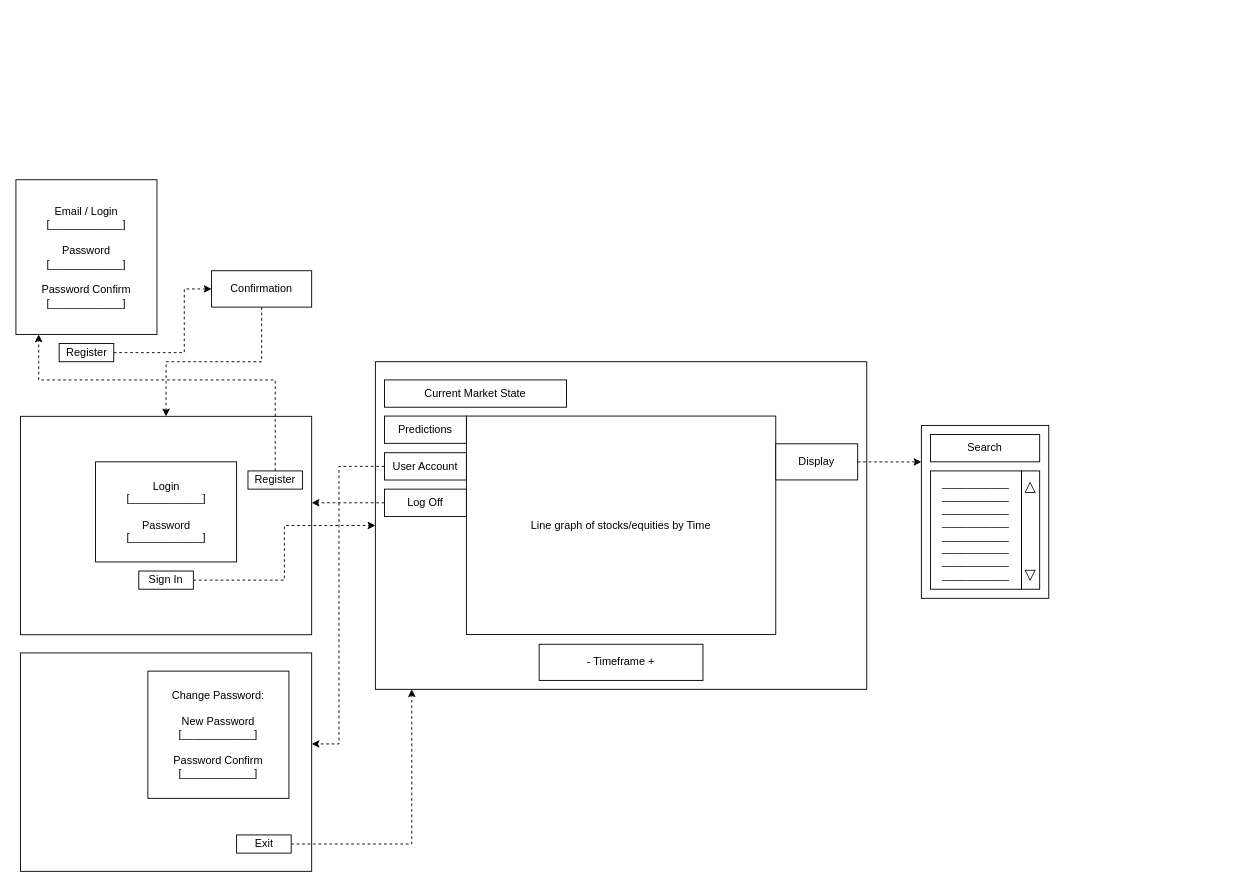
Above: docs/source/ui_wireframes.drawio in KieronGillingham/StockTrader (draw.io), before the change. Source tidied: cells renumbered, new cells numbered last; positions are measured from the earlier drawing's top-left corner, leaving out a move shared by most shapes. Both pictures are drawn from the tidied source at 91%, with x=0, y=0 at pixel (15, 179).
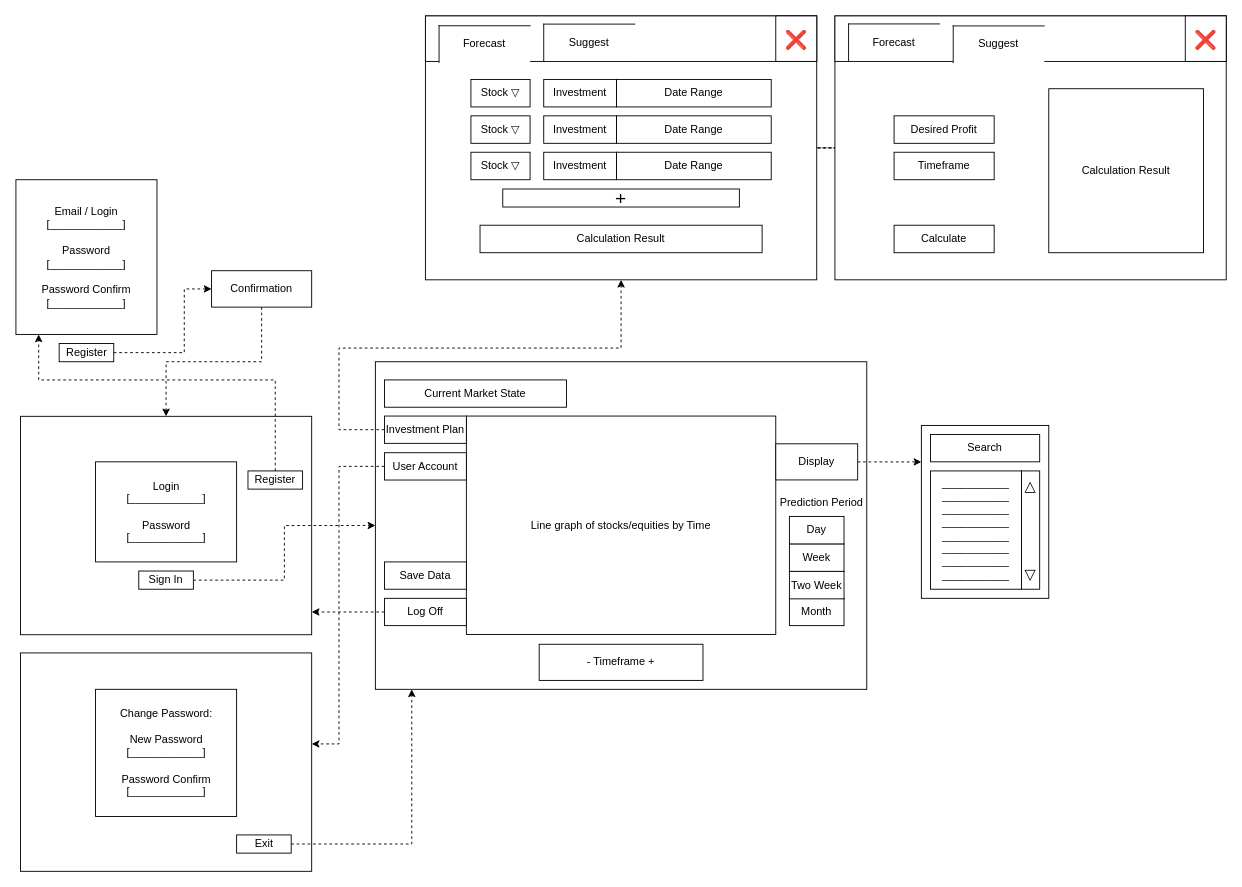
After the change.

Commit message (it also covers changes not shown here):
forecast wireframes

The change refers to these unchanged cells:
```xml
<mxCell id="3" style="rounded=0;whiteSpace=wrap;html=1;" parent="1" vertex="1">
  <mxGeometry x="5" y="260" width="320" height="240" as="geometry" />
</mxCell>
```

What changed in the source:
```diff
@@
+    <mxCell id="32" style="edgeStyle=orthogonalEdgeStyle;rounded=0;jettySize=auto;html=1;dashed=1;" parent="1" edge="1" source="11" target="34">
+      <mxGeometry relative="1" as="geometry">
+        <Array as="points">
+          <mxPoint x="355" y="275" />
+          <mxPoint x="355" y="185" />
+          <mxPoint x="665" y="185" />
+        </Array>
+      </mxGeometry>
+    </mxCell>
-    <mxCell id="11" value="Predictions" style="rounded=0;whiteSpace=wrap;html=1;" parent="1" vertex="1">
+    <mxCell id="11" value="Investment Plan" style="rounded=0;whiteSpace=wrap;html=1;" parent="1" vertex="1">
       <mxGeometry x="405" y="259.7" width="90" height="30" as="geometry" />
     </mxCell>
@@
     <mxCell id="14" style="edgeStyle=orthogonalEdgeStyle;rounded=0;jettySize=auto;html=1;dashed=1;" parent="1" edge="1" source="15" target="3">
       <mxGeometry relative="1" as="geometry">
         <Array as="points">
-          <mxPoint x="345" y="355" />
-          <mxPoint x="345" y="355" />
+          <mxPoint x="385" y="475" />
+          <mxPoint x="385" y="475" />
         </Array>
       </mxGeometry>
     </mxCell>
     <mxCell id="15" value="Log Off" style="rounded=0;whiteSpace=wrap;html=1;" parent="1" vertex="1">
-      <mxGeometry x="405" y="340" width="90" height="30" as="geometry" />
+      <mxGeometry x="405" y="460" width="90" height="30" as="geometry" />
     </mxCell>
@@
     <mxCell id="29" value="Change Password:&lt;br&gt;&lt;br&gt;New Password&lt;br&gt;[____________]&lt;br&gt;&lt;br&gt;Password Confirm&lt;br&gt;[____________]" style="rounded=0;whiteSpace=wrap;html=1;" parent="1" vertex="1">
-      <mxGeometry x="145" y="540" width="155" height="139.8" as="geometry" />
+      <mxGeometry x="87.5" y="560" width="155" height="139.8" as="geometry" />
     </mxCell>
@@
+    <mxCell id="33" style="edgeStyle=orthogonalEdgeStyle;rounded=0;jettySize=auto;html=1;dashed=1;endArrow=none;endFill=0;" parent="1" edge="1" source="34" target="45">
+      <mxGeometry relative="1" as="geometry" />
+    </mxCell>
+    <mxCell id="34" style="rounded=0;whiteSpace=wrap;html=1;" parent="1" vertex="1">
+      <mxGeometry x="450" y="-180" width="430" height="290" as="geometry" />
+    </mxCell>
+    <mxCell id="35" value="Week" style="rounded=0;whiteSpace=wrap;html=1;" parent="1" vertex="1">
+      <mxGeometry x="850" y="400.2" width="60" height="30.2" as="geometry" />
+    </mxCell>
+    <mxCell id="36" value="Day" style="rounded=0;whiteSpace=wrap;html=1;" parent="1" vertex="1">
+      <mxGeometry x="850" y="370" width="60" height="30.2" as="geometry" />
+    </mxCell>
+    <mxCell id="37" value="Prediction Period" style="text;html=1;verticalAlign=middle;align=center;" parent="1" vertex="1">
+      <mxGeometry x="835" y="340" width="100" height="30" as="geometry" />
+    </mxCell>
+    <mxCell id="38" value="Month" style="rounded=0;whiteSpace=wrap;html=1;" parent="1" vertex="1">
+      <mxGeometry x="850" y="459.8" width="60" height="30.2" as="geometry" />
+    </mxCell>
+    <mxCell id="39" value="Calculation Result" style="rounded=0;whiteSpace=wrap;html=1;" parent="1" vertex="1">
+      <mxGeometry x="510" y="50" width="310" height="30.2" as="geometry" />
+    </mxCell>
+    <mxCell id="40" value="Two Week" style="rounded=0;whiteSpace=wrap;html=1;" parent="1" vertex="1">
+      <mxGeometry x="850" y="430.4" width="60" height="30.2" as="geometry" />
+    </mxCell>
+    <mxCell id="41" value="Save Data" style="rounded=0;whiteSpace=wrap;html=1;" parent="1" vertex="1">
+      <mxGeometry x="405" y="420" width="90" height="30" as="geometry" />
+    </mxCell>
+    <mxCell id="42" value="Stock&amp;nbsp;&lt;span style=&quot;font-family: &amp;#34;verdana&amp;#34; , sans-serif ; text-align: left ; background-color: rgb(255 , 255 , 255)&quot;&gt;&lt;font style=&quot;font-size: 12px&quot;&gt;▽&lt;/font&gt;&lt;/span&gt;" style="rounded=0;whiteSpace=wrap;html=1;" parent="1" vertex="1">
+      <mxGeometry x="500" y="-110.2" width="65" height="30.2" as="geometry" />
+    </mxCell>
+    <mxCell id="43" value="Investment" style="rounded=0;whiteSpace=wrap;html=1;" parent="1" vertex="1">
+      <mxGeometry x="580" y="-110.2" width="80" height="30.2" as="geometry" />
+    </mxCell>
+    <mxCell id="44" value="Date Range" style="rounded=0;whiteSpace=wrap;html=1;" parent="1" vertex="1">
+      <mxGeometry x="660" y="-110.2" width="170" height="30.2" as="geometry" />
+    </mxCell>
+    <mxCell id="45" style="rounded=0;whiteSpace=wrap;html=1;" parent="1" vertex="1">
+      <mxGeometry x="900" y="-180" width="430" height="290" as="geometry" />
+    </mxCell>
+    <mxCell id="46" value="Stock&amp;nbsp;&lt;span style=&quot;font-family: &amp;#34;verdana&amp;#34; , sans-serif ; text-align: left ; background-color: rgb(255 , 255 , 255)&quot;&gt;&lt;font style=&quot;font-size: 12px&quot;&gt;▽&lt;/font&gt;&lt;/span&gt;" style="rounded=0;whiteSpace=wrap;html=1;" parent="1" vertex="1">
+      <mxGeometry x="500" y="-70.2" width="65" height="30.2" as="geometry" />
+    </mxCell>
+    <mxCell id="47" value="Investment" style="rounded=0;whiteSpace=wrap;html=1;" parent="1" vertex="1">
+      <mxGeometry x="580" y="-70.2" width="80" height="30.2" as="geometry" />
+    </mxCell>
+    <mxCell id="48" value="Date Range" style="rounded=0;whiteSpace=wrap;html=1;" parent="1" vertex="1">
+      <mxGeometry x="660" y="-70.2" width="170" height="30.2" as="geometry" />
+    </mxCell>
+    <mxCell id="49" value="Stock&amp;nbsp;&lt;span style=&quot;font-family: &amp;#34;verdana&amp;#34; , sans-serif ; text-align: left ; background-color: rgb(255 , 255 , 255)&quot;&gt;&lt;font style=&quot;font-size: 12px&quot;&gt;▽&lt;/font&gt;&lt;/span&gt;" style="rounded=0;whiteSpace=wrap;html=1;" parent="1" vertex="1">
+      <mxGeometry x="500" y="-30.2" width="65" height="30.2" as="geometry" />
+    </mxCell>
+    <mxCell id="50" value="Investment" style="rounded=0;whiteSpace=wrap;html=1;" parent="1" vertex="1">
+      <mxGeometry x="580" y="-30.2" width="80" height="30.2" as="geometry" />
+    </mxCell>
+    <mxCell id="51" value="Date Range" style="rounded=0;whiteSpace=wrap;html=1;" parent="1" vertex="1">
+      <mxGeometry x="660" y="-30.2" width="170" height="30.2" as="geometry" />
+    </mxCell>
+    <mxCell id="52" value="&lt;font style=&quot;font-size: 21px&quot;&gt;+&lt;/font&gt;" style="rounded=0;whiteSpace=wrap;html=1;align=center;" parent="1" vertex="1">
+      <mxGeometry x="535" y="10.2" width="260" height="19.8" as="geometry" />
+    </mxCell>
+    <mxCell id="53" style="rounded=0;whiteSpace=wrap;html=1;" parent="1" vertex="1">
+      <mxGeometry x="450" y="-180" width="430" height="50" as="geometry" />
+    </mxCell>
+    <mxCell id="54" value="Forecast" style="shape=partialRectangle;whiteSpace=wrap;html=1;bottom=0;right=0;fillColor=#ffffff;align=center;" parent="1" vertex="1">
+      <mxGeometry x="465" y="-169.2" width="100" height="40.2" as="geometry" />
+    </mxCell>
+    <mxCell id="55" value="Suggest" style="shape=partialRectangle;whiteSpace=wrap;html=1;bottom=0;right=0;fillColor=#ffffff;align=center;" parent="1" vertex="1">
+      <mxGeometry x="580" y="-171" width="100" height="40.2" as="geometry" />
+    </mxCell>
+    <mxCell id="56" value="&lt;a href=&quot;https://graphemica.com/%E2%9D%8C&quot; style=&quot;font-size: small ; outline: 0px ; font-family: &amp;#34;arial&amp;#34; , sans-serif ; text-align: left ; background-color: rgb(255 , 255 , 255)&quot;&gt;&lt;h3 class=&quot;LC20lb DKV0Md&quot; style=&quot;font-size: 20px ; font-weight: normal ; margin: 0px 0px 3px ; padding: 5px 0px 0px ; display: inline-block ; line-height: 1.3&quot;&gt;&lt;font color=&quot;#000000&quot;&gt;❌&lt;/font&gt;&lt;/h3&gt;&lt;/a&gt;" style="rounded=0;whiteSpace=wrap;html=1;" parent="1" vertex="1">
+      <mxGeometry x="835" y="-180" width="45" height="50" as="geometry" />
+    </mxCell>
+    <mxCell id="57" style="rounded=0;whiteSpace=wrap;html=1;" parent="1" vertex="1">
+      <mxGeometry x="900" y="-180" width="430" height="50" as="geometry" />
+    </mxCell>
+    <mxCell id="58" value="Forecast" style="shape=partialRectangle;whiteSpace=wrap;html=1;bottom=0;right=0;fillColor=#ffffff;align=center;" parent="1" vertex="1">
+      <mxGeometry x="915" y="-171.2" width="100" height="40.2" as="geometry" />
+    </mxCell>
+    <mxCell id="59" value="Suggest" style="shape=partialRectangle;whiteSpace=wrap;html=1;bottom=0;right=0;fillColor=#ffffff;align=center;" parent="1" vertex="1">
+      <mxGeometry x="1030" y="-169" width="100" height="40.2" as="geometry" />
+    </mxCell>
+    <mxCell id="60" value="&lt;a href=&quot;https://graphemica.com/%E2%9D%8C&quot; style=&quot;font-size: small ; outline: 0px ; font-family: &amp;quot;arial&amp;quot; , sans-serif ; text-align: left ; background-color: rgb(255 , 255 , 255)&quot;&gt;&lt;h3 class=&quot;LC20lb DKV0Md&quot; style=&quot;font-size: 20px ; font-weight: normal ; margin: 0px 0px 3px ; padding: 5px 0px 0px ; display: inline-block ; line-height: 1.3&quot;&gt;&lt;font color=&quot;#000000&quot;&gt;❌&lt;/font&gt;&lt;/h3&gt;&lt;/a&gt;" style="rounded=0;whiteSpace=wrap;html=1;" parent="1" vertex="1">
+      <mxGeometry x="1285" y="-180" width="45" height="50" as="geometry" />
+    </mxCell>
+    <mxCell id="61" value="Calculation Result" style="rounded=0;whiteSpace=wrap;html=1;" parent="1" vertex="1">
+      <mxGeometry x="1135" y="-100" width="170" height="180.2" as="geometry" />
+    </mxCell>
+    <mxCell id="62" value="Calculate" style="rounded=0;whiteSpace=wrap;html=1;" parent="1" vertex="1">
+      <mxGeometry x="965" y="50" width="110" height="30.2" as="geometry" />
+    </mxCell>
+    <mxCell id="63" value="Timeframe" style="rounded=0;whiteSpace=wrap;html=1;" parent="1" vertex="1">
+      <mxGeometry x="965" y="-30.2" width="110" height="30.2" as="geometry" />
+    </mxCell>
+    <mxCell id="64" value="Desired Profit" style="rounded=0;whiteSpace=wrap;html=1;" parent="1" vertex="1">
+      <mxGeometry x="965" y="-70.2" width="110" height="30.2" as="geometry" />
+    </mxCell>
```
